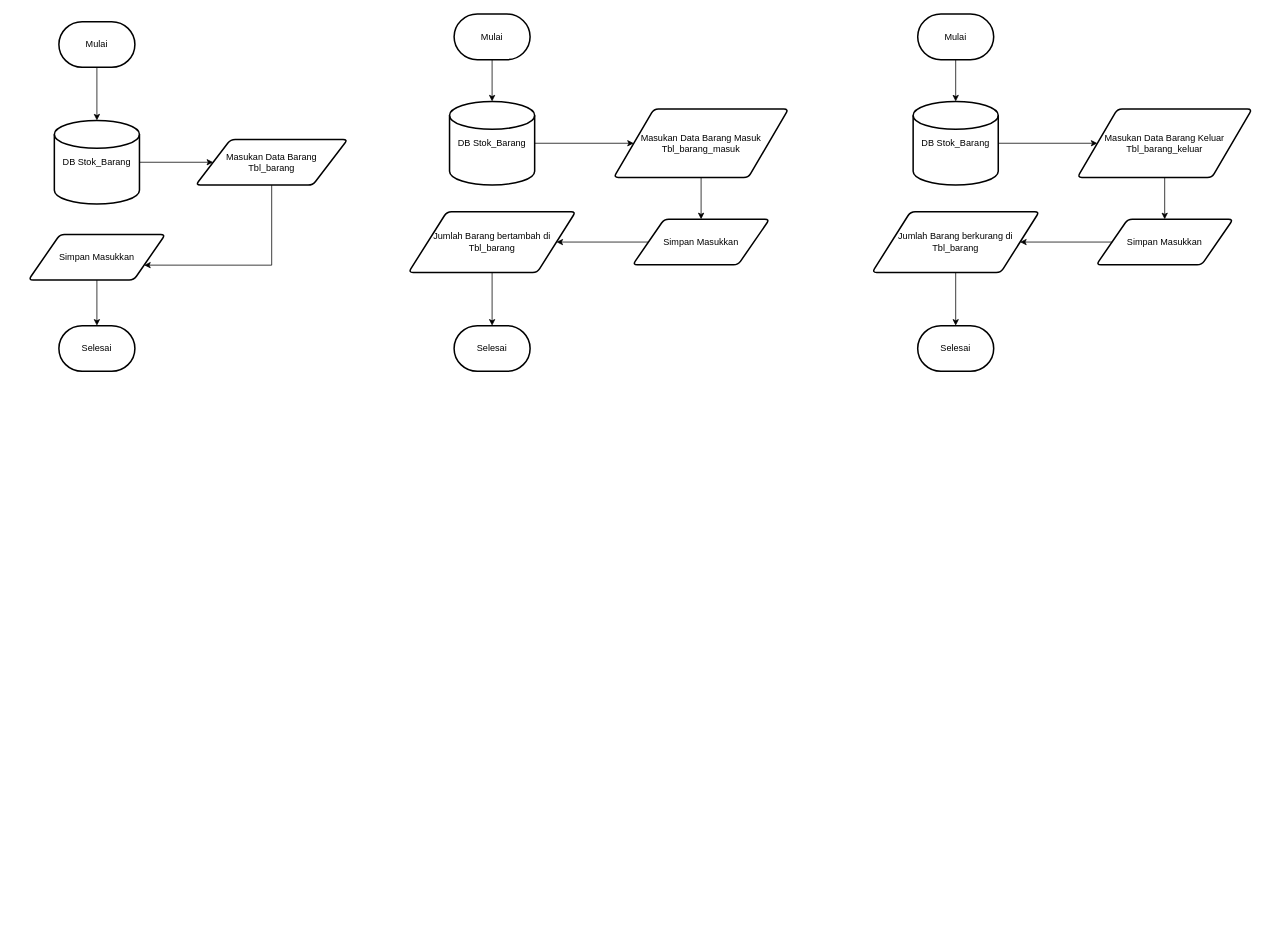
This is Untitled Diagram.drawio from Ripat-2345/flowchart, a draw.io file, before an edit. Source tidied: cells renumbered, new cells numbered last; positions are measured from the earlier drawing's top-left corner, leaving out a move shared by most shapes. Both pictures are drawn from the tidied source at 76%, with x=0, y=0 at pixel (28, 14).
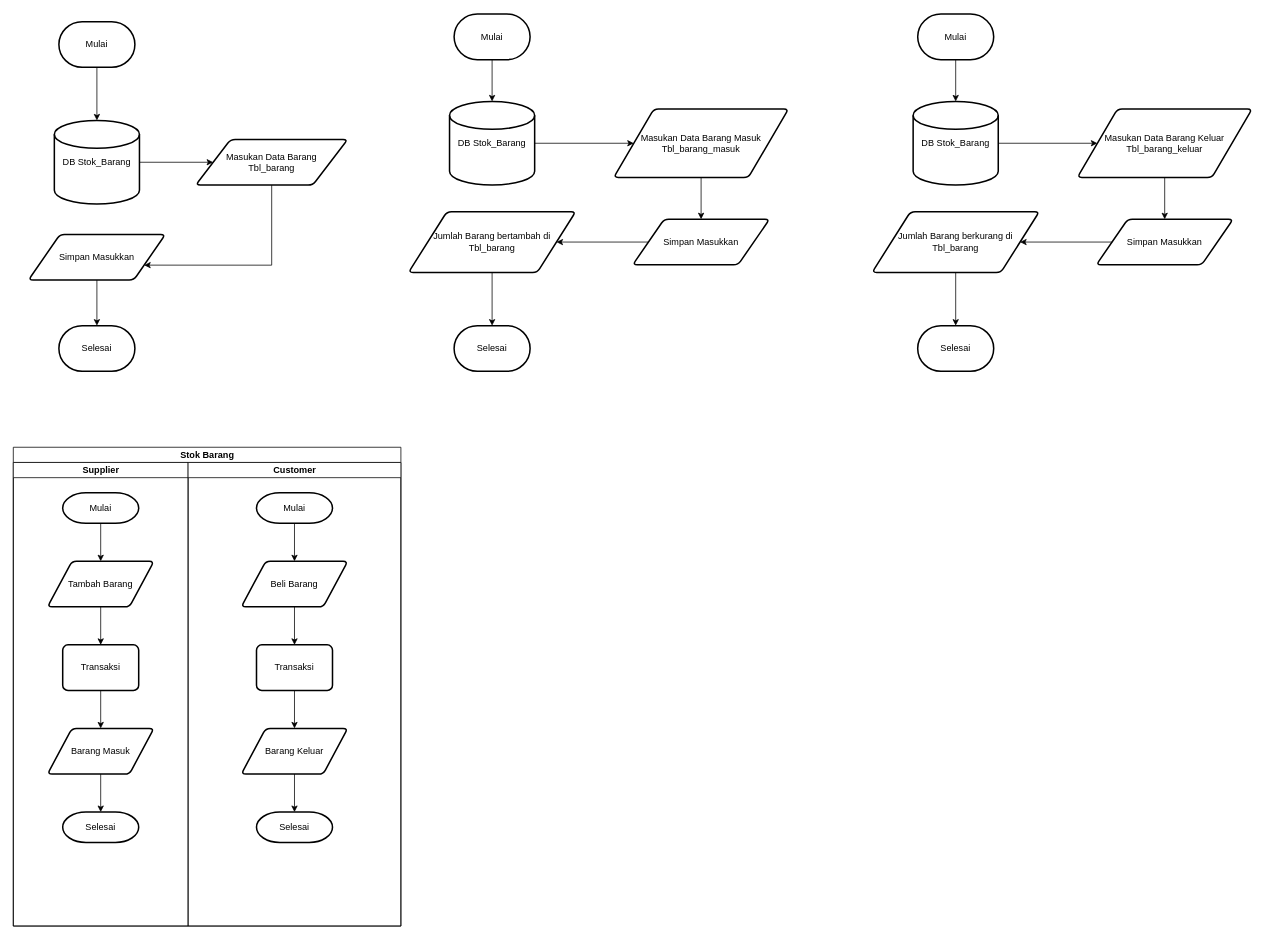
The same diagram, later.

Change to the diagram source:
```diff
@@
+    <mxCell id="33" value="Stok Barang" style="swimlane;html=1;startSize=20;" parent="1" vertex="1">
+      <mxGeometry x="-20" y="570" width="510" height="630" as="geometry" />
+    </mxCell>
+    <mxCell id="34" value="Supplier" style="swimlane;html=1;startSize=20;" parent="33" vertex="1">
+      <mxGeometry y="20" width="230" height="610" as="geometry" />
+    </mxCell>
+    <mxCell id="35" style="edgeStyle=orthogonalEdgeStyle;rounded=0;jettySize=auto;html=1;entryX=0.5;entryY=0;entryDx=0;entryDy=0;" parent="34" edge="1" source="36" target="38">
+      <mxGeometry relative="1" as="geometry" />
+    </mxCell>
+    <mxCell id="36" value="Mulai" style="strokeWidth=2;html=1;shape=mxgraph.flowchart.terminator;whiteSpace=wrap;" parent="34" vertex="1">
+      <mxGeometry x="65" y="40" width="100" height="40" as="geometry" />
+    </mxCell>
+    <mxCell id="37" style="edgeStyle=orthogonalEdgeStyle;rounded=0;jettySize=auto;html=1;entryX=0.5;entryY=0;entryDx=0;entryDy=0;" parent="34" edge="1" source="38" target="43">
+      <mxGeometry relative="1" as="geometry" />
+    </mxCell>
+    <mxCell id="38" value="Tambah Barang" style="shape=parallelogram;html=1;strokeWidth=2;perimeter=parallelogramPerimeter;whiteSpace=wrap;rounded=1;arcSize=12;size=0.23;" parent="34" vertex="1">
+      <mxGeometry x="45" y="130" width="140" height="60" as="geometry" />
+    </mxCell>
+    <mxCell id="39" style="edgeStyle=orthogonalEdgeStyle;rounded=0;jettySize=auto;html=1;" parent="34" edge="1" source="40" target="41">
+      <mxGeometry relative="1" as="geometry" />
+    </mxCell>
+    <mxCell id="40" value="Barang Masuk" style="shape=parallelogram;html=1;strokeWidth=2;perimeter=parallelogramPerimeter;whiteSpace=wrap;rounded=1;arcSize=12;size=0.23;" parent="34" vertex="1">
+      <mxGeometry x="45" y="350" width="140" height="60" as="geometry" />
+    </mxCell>
+    <mxCell id="41" value="Selesai" style="strokeWidth=2;html=1;shape=mxgraph.flowchart.terminator;whiteSpace=wrap;" parent="34" vertex="1">
+      <mxGeometry x="65" y="460" width="100" height="40" as="geometry" />
+    </mxCell>
+    <mxCell id="42" style="edgeStyle=orthogonalEdgeStyle;rounded=0;jettySize=auto;html=1;entryX=0.5;entryY=0;entryDx=0;entryDy=0;" parent="34" edge="1" source="43" target="40">
+      <mxGeometry relative="1" as="geometry" />
+    </mxCell>
+    <mxCell id="43" value="Transaksi" style="rounded=1;whiteSpace=wrap;html=1;absoluteArcSize=1;arcSize=14;strokeWidth=2;" parent="34" vertex="1">
+      <mxGeometry x="65" y="240" width="100" height="60" as="geometry" />
+    </mxCell>
+    <mxCell id="44" value="Customer" style="swimlane;html=1;startSize=20;" parent="33" vertex="1">
+      <mxGeometry x="230" y="20" width="280" height="610" as="geometry" />
+    </mxCell>
+    <mxCell id="45" value="Mulai" style="strokeWidth=2;html=1;shape=mxgraph.flowchart.terminator;whiteSpace=wrap;" parent="44" vertex="1">
+      <mxGeometry x="90" y="40" width="100" height="40" as="geometry" />
+    </mxCell>
+    <mxCell id="46" value="Beli Barang" style="shape=parallelogram;html=1;strokeWidth=2;perimeter=parallelogramPerimeter;whiteSpace=wrap;rounded=1;arcSize=12;size=0.23;" parent="44" vertex="1">
+      <mxGeometry x="70" y="130" width="140" height="60" as="geometry" />
+    </mxCell>
+    <mxCell id="47" style="edgeStyle=orthogonalEdgeStyle;rounded=0;jettySize=auto;html=1;entryX=0.5;entryY=0;entryDx=0;entryDy=0;" parent="44" edge="1" source="45" target="46">
+      <mxGeometry relative="1" as="geometry" />
+    </mxCell>
+    <mxCell id="48" style="edgeStyle=orthogonalEdgeStyle;rounded=0;jettySize=auto;html=1;entryX=0.5;entryY=0;entryDx=0;entryDy=0;" parent="44" edge="1" source="46" target="53">
+      <mxGeometry relative="1" as="geometry" />
+    </mxCell>
+    <mxCell id="49" value="Barang Keluar" style="shape=parallelogram;html=1;strokeWidth=2;perimeter=parallelogramPerimeter;whiteSpace=wrap;rounded=1;arcSize=12;size=0.23;" parent="44" vertex="1">
+      <mxGeometry x="70" y="350" width="140" height="60" as="geometry" />
+    </mxCell>
+    <mxCell id="50" value="Selesai" style="strokeWidth=2;html=1;shape=mxgraph.flowchart.terminator;whiteSpace=wrap;" parent="44" vertex="1">
+      <mxGeometry x="90" y="460" width="100" height="40" as="geometry" />
+    </mxCell>
+    <mxCell id="51" style="edgeStyle=orthogonalEdgeStyle;rounded=0;jettySize=auto;html=1;" parent="44" edge="1" source="49" target="50">
+      <mxGeometry relative="1" as="geometry" />
+    </mxCell>
+    <mxCell id="52" style="edgeStyle=orthogonalEdgeStyle;rounded=0;jettySize=auto;html=1;entryX=0.5;entryY=0;entryDx=0;entryDy=0;" parent="44" edge="1" source="53" target="49">
+      <mxGeometry relative="1" as="geometry" />
+    </mxCell>
+    <mxCell id="53" value="Transaksi" style="rounded=1;whiteSpace=wrap;html=1;absoluteArcSize=1;arcSize=14;strokeWidth=2;" parent="44" vertex="1">
+      <mxGeometry x="90" y="240" width="100" height="60" as="geometry" />
+    </mxCell>
```
